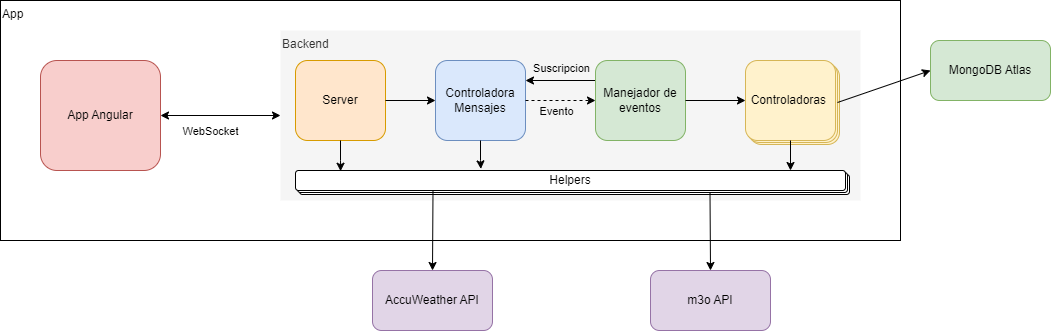
This is diagramas/Arquitectura-Página-2.drawio.png from ignaciocolussi/bot, a draw.io export, as it was before one commit. Source tidied: cells renumbered, new cells last; positions are measured from the earlier drawing's top-left corner, leaving out a move shared by most shapes.
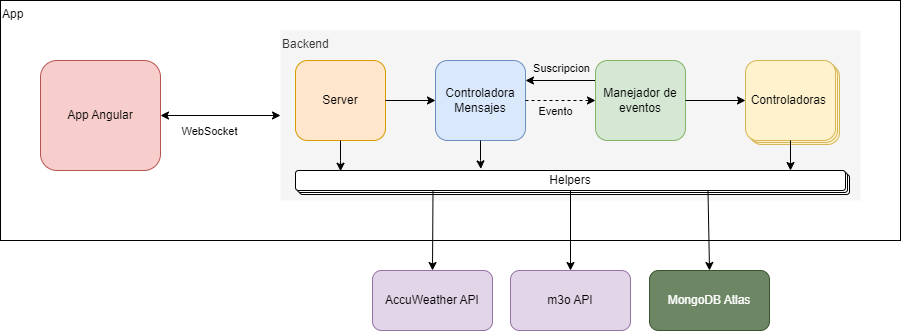
The same file after the commit.

What changed in the source:
```diff
@@ -80,23 +80,23 @@
         <mxPoint y="13" as="offset" />
       </mxGeometry>
     </mxCell>
-    <mxCell id="26" value="MongoDB Atlas" style="rounded=1;whiteSpace=wrap;html=1;labelBackgroundColor=none;fillColor=#d5e8d4;strokeColor=#82b366;" parent="1" vertex="1">
-      <mxGeometry x="930" y="40" width="120" height="60" as="geometry" />
+    <mxCell id="26" value="MongoDB Atlas" style="rounded=1;whiteSpace=wrap;html=1;labelBackgroundColor=none;fillColor=#6d8764;strokeColor=#3A5431;fontColor=#ffffff;" parent="1" vertex="1">
+      <mxGeometry x="649" y="270" width="120" height="60" as="geometry" />
     </mxCell>
-    <mxCell id="27" style="rounded=0;jettySize=auto;html=1;exitX=1;exitY=0.5;exitDx=0;exitDy=0;entryX=0;entryY=0.5;entryDx=0;entryDy=0;" parent="1" edge="1" source="6" target="26">
-      <mxGeometry relative="1" as="geometry" />
-    </mxCell>
     <mxCell id="28" value="AccuWeather API" style="rounded=1;whiteSpace=wrap;html=1;labelBackgroundColor=none;fillColor=#e1d5e7;strokeColor=#9673a6;" parent="1" vertex="1">
       <mxGeometry x="372" y="270" width="120" height="60" as="geometry" />
     </mxCell>
     <mxCell id="29" value="m3o API" style="rounded=1;whiteSpace=wrap;html=1;labelBackgroundColor=none;fillColor=#e1d5e7;strokeColor=#9673a6;" parent="1" vertex="1">
-      <mxGeometry x="650" y="270" width="120" height="60" as="geometry" />
+      <mxGeometry x="510" y="270" width="120" height="60" as="geometry" />
     </mxCell>
-    <mxCell id="30" style="edgeStyle=none;rounded=0;jettySize=auto;html=1;exitX=0.75;exitY=1;exitDx=0;exitDy=0;entryX=0.5;entryY=0;entryDx=0;entryDy=0;" parent="1" edge="1" source="8" target="29">
-      <mxGeometry relative="1" as="geometry" />
-    </mxCell>
     <mxCell id="31" style="edgeStyle=none;rounded=0;jettySize=auto;html=1;exitX=0.25;exitY=1;exitDx=0;exitDy=0;entryX=0.5;entryY=0;entryDx=0;entryDy=0;" parent="1" edge="1" source="19" target="28">
       <mxGeometry relative="1" as="geometry" />
     </mxCell>
+    <mxCell id="32" style="edgeStyle=none;rounded=0;jettySize=auto;html=1;exitX=0.5;exitY=1;exitDx=0;exitDy=0;entryX=0.5;entryY=0;entryDx=0;entryDy=0;" parent="1" edge="1" source="19" target="29">
+      <mxGeometry relative="1" as="geometry" />
+    </mxCell>
+    <mxCell id="33" style="edgeStyle=none;rounded=0;jettySize=auto;html=1;exitX=0.75;exitY=1;exitDx=0;exitDy=0;entryX=0.5;entryY=0;entryDx=0;entryDy=0;" parent="1" edge="1" source="19" target="26">
+      <mxGeometry relative="1" as="geometry" />
+    </mxCell>
   </root>
 </mxGraphModel>
```
